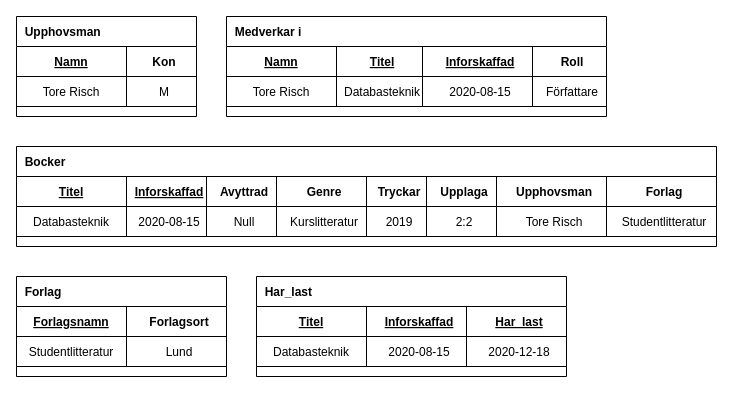
Earlier version of the draw.io diagram page "Tabellschema" (2 of 2) of Boksamling.drawio (Ingelisun/ERmodels). Source tidied: cells renumbered, new cells numbered last; positions are measured from the earlier drawing's top-left corner, leaving out a move shared by most shapes. Both pictures are drawn from the tidied source at 100%, with x=0, y=0 at pixel (16, 16).
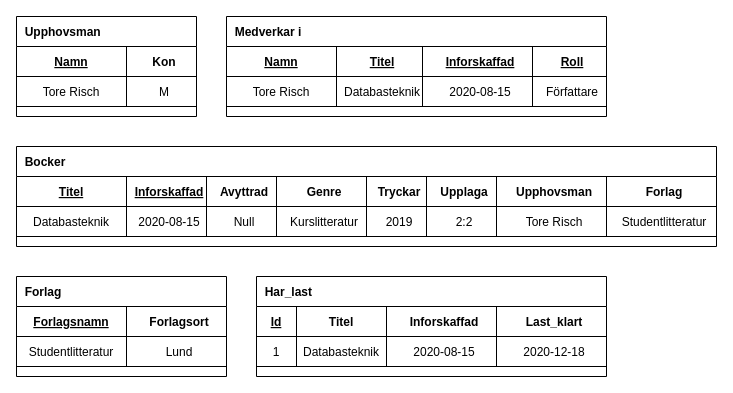
After the change.

The change refers to these unchanged cells:
```xml
<mxCell id="29" style="shape=partialRectangle;fillColor=none;top=0;left=0;bottom=1;right=0;" parent="28" vertex="1">
  <mxGeometry y="30" width="380" height="30" as="geometry" />
</mxCell>
```

Change to the diagram source:
```diff
@@
-    <mxCell id="33" value="Roll" style="shape=partialRectangle;fillColor=none;top=0;left=0;bottom=0;right=0;align=center;spacingLeft=6;fontStyle=1;overflow=hidden;" parent="29" vertex="1">
+    <mxCell id="33" value="Roll" style="shape=partialRectangle;fillColor=none;top=0;left=0;bottom=0;right=0;align=center;spacingLeft=6;fontStyle=5;overflow=hidden;" parent="29" vertex="1">
       <mxGeometry x="306" width="74" height="30" as="geometry" />
     </mxCell>
@@
     <mxCell id="46" value="  Har_last" style="shape=table;startSize=30;childLayout=tableLayout;rowLines=0;fontStyle=1;align=left;" parent="1" vertex="1">
-      <mxGeometry x="240" y="260" width="310" height="100" as="geometry" />
+      <mxGeometry x="240" y="260" width="350" height="100" as="geometry" />
     </mxCell>
     <mxCell id="47" style="shape=partialRectangle;fillColor=none;top=0;left=0;bottom=1;right=0;" parent="46" vertex="1">
-      <mxGeometry y="30" width="310" height="30" as="geometry" />
+      <mxGeometry y="30" width="350" height="30" as="geometry" />
     </mxCell>
+    <mxCell id="55" value="Id" style="shape=partialRectangle;fillColor=none;top=0;left=0;bottom=0;right=0;fontStyle=5;overflow=hidden;" parent="47" vertex="1">
+      <mxGeometry width="40" height="30" as="geometry" />
+    </mxCell>
-    <mxCell id="48" value="Titel" style="shape=partialRectangle;fillColor=none;top=0;left=0;bottom=0;right=0;fontStyle=5;overflow=hidden;" parent="47" vertex="1">
-      <mxGeometry width="110" height="30" as="geometry" />
+    <mxCell id="48" value="Titel" style="shape=partialRectangle;fillColor=none;top=0;left=0;bottom=0;right=0;fontStyle=1;overflow=hidden;" parent="47" vertex="1">
+      <mxGeometry x="40" width="90" height="30" as="geometry" />
     </mxCell>
-    <mxCell id="49" value="Inforskaffad" style="shape=partialRectangle;fillColor=none;top=0;left=0;bottom=0;right=0;align=center;spacingLeft=6;fontStyle=5;overflow=hidden;" parent="47" vertex="1">
-      <mxGeometry x="110" width="100" height="30" as="geometry" />
+    <mxCell id="49" value="Inforskaffad" style="shape=partialRectangle;fillColor=none;top=0;left=0;bottom=0;right=0;align=center;spacingLeft=6;fontStyle=1;overflow=hidden;" parent="47" vertex="1">
+      <mxGeometry x="130" width="110" height="30" as="geometry" />
     </mxCell>
-    <mxCell id="50" value="Har_last" style="shape=partialRectangle;fillColor=none;top=0;left=0;bottom=0;right=0;align=center;spacingLeft=6;fontStyle=5;overflow=hidden;" parent="47" vertex="1">
-      <mxGeometry x="210" width="100" height="30" as="geometry" />
+    <mxCell id="50" value="Last_klart" style="shape=partialRectangle;fillColor=none;top=0;left=0;bottom=0;right=0;align=center;spacingLeft=6;fontStyle=1;overflow=hidden;" parent="47" vertex="1">
+      <mxGeometry x="240" width="110" height="30" as="geometry" />
     </mxCell>
     <mxCell id="51" style="shape=partialRectangle;fillColor=none;top=0;left=0;bottom=1;right=0;" parent="46" vertex="1">
-      <mxGeometry y="60" width="310" height="30" as="geometry" />
+      <mxGeometry y="60" width="350" height="30" as="geometry" />
     </mxCell>
+    <mxCell id="56" value="1" style="shape=partialRectangle;fillColor=none;top=0;left=0;bottom=0;right=0;fontStyle=0;overflow=hidden;" parent="51" vertex="1">
+      <mxGeometry width="40" height="30" as="geometry" />
+    </mxCell>
     <mxCell id="52" value="Databasteknik" style="shape=partialRectangle;fillColor=none;top=0;left=0;bottom=0;right=0;fontStyle=0;overflow=hidden;" parent="51" vertex="1">
-      <mxGeometry width="110" height="30" as="geometry" />
+      <mxGeometry x="40" width="90" height="30" as="geometry" />
     </mxCell>
     <mxCell id="53" value="2020-08-15" style="shape=partialRectangle;fillColor=none;top=0;left=0;bottom=0;right=0;align=center;spacingLeft=6;fontStyle=0;overflow=hidden;" parent="51" vertex="1">
-      <mxGeometry x="110" width="100" height="30" as="geometry" />
+      <mxGeometry x="130" width="110" height="30" as="geometry" />
     </mxCell>
     <mxCell id="54" value="2020-12-18" style="shape=partialRectangle;fillColor=none;top=0;left=0;bottom=0;right=0;align=center;spacingLeft=6;fontStyle=0;overflow=hidden;" parent="51" vertex="1">
-      <mxGeometry x="210" width="100" height="30" as="geometry" />
+      <mxGeometry x="240" width="110" height="30" as="geometry" />
     </mxCell>
```
